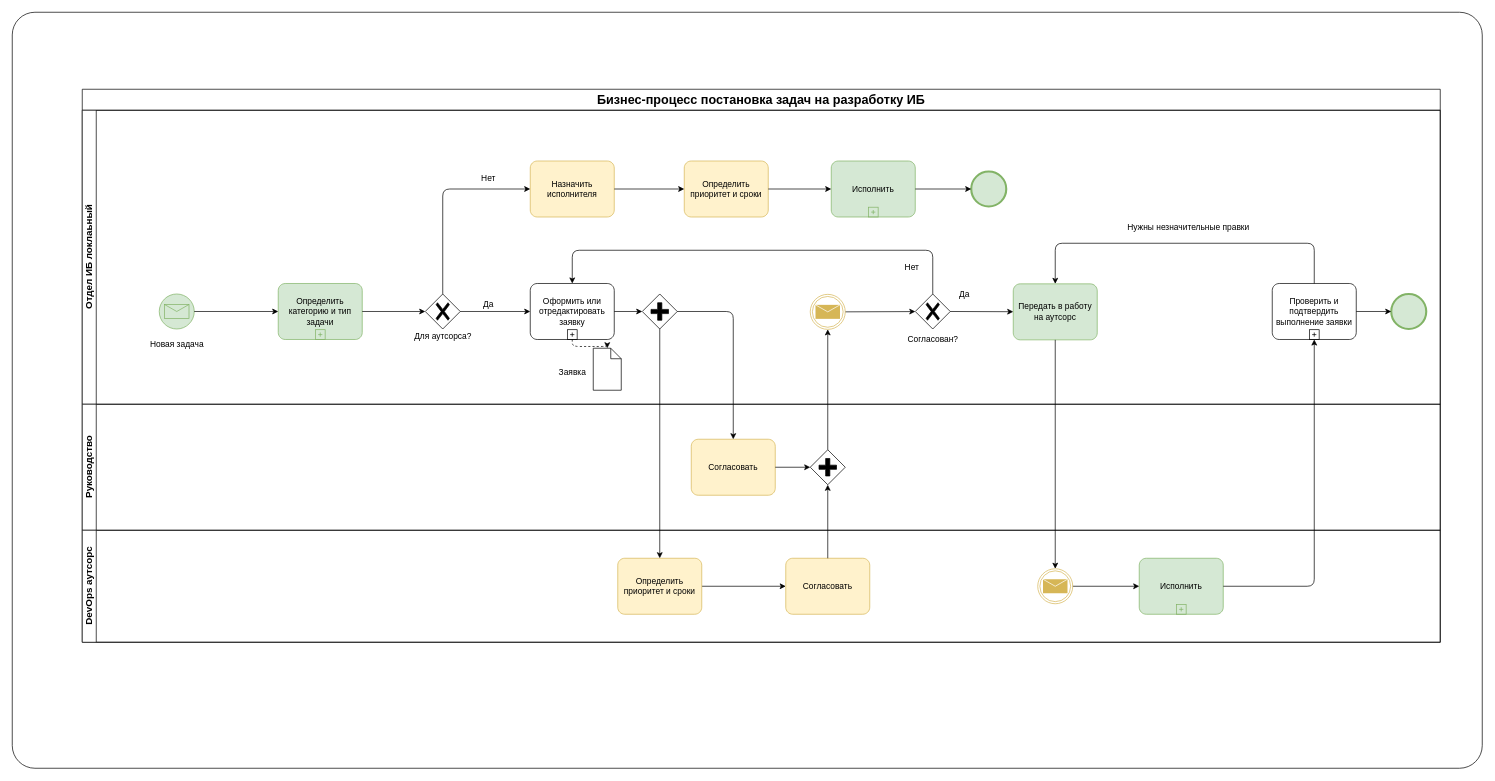
This is Рабочие примеры артефактов/BPMN бизнес-процессы поставновки задач в ИБ.drawio from Heritager-tech/Heritager-tech, a draw.io file, before an edit. Source tidied: cells renumbered, new cells numbered last; positions are measured from the earlier drawing's top-left corner, leaving out a move shared by most shapes. Both pictures are drawn from the tidied source at 70%, with x=0, y=0 at pixel (12, 12).
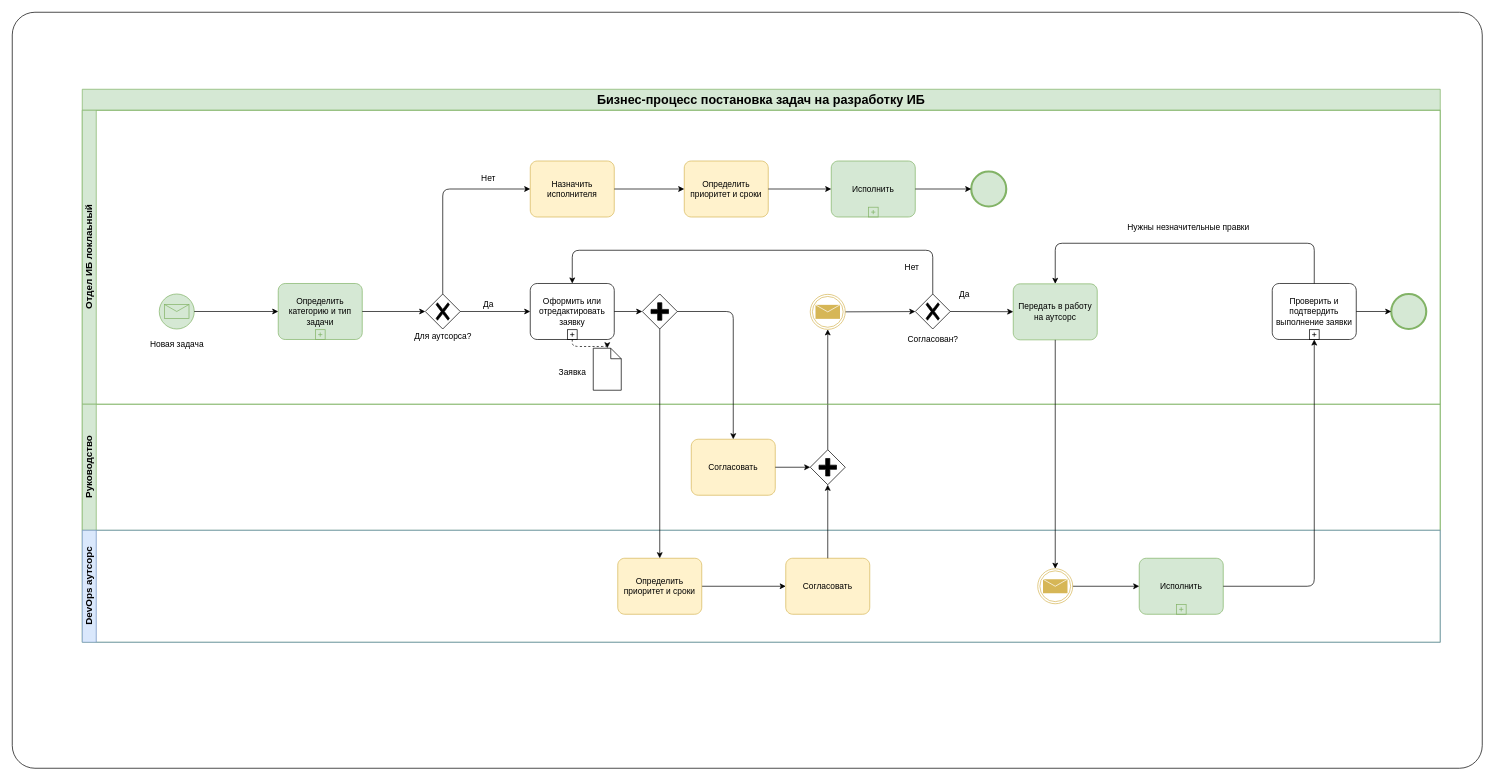
After the change.

What changed in the source:
```diff
@@
-    <mxCell id="3" value="&lt;font style=&quot;font-size: 18px;&quot;&gt;Бизнес-процесс постановка задач на разработку ИБ&lt;/font&gt;" style="swimlane;html=1;horizontal=1;startSize=30;whiteSpace=wrap;fillStyle=auto;gradientColor=none;" parent="1" vertex="1">
+    <mxCell id="3" value="&lt;font style=&quot;font-size: 18px;&quot;&gt;Бизнес-процесс постановка задач на разработку ИБ&lt;/font&gt;" style="swimlane;html=1;horizontal=1;startSize=30;whiteSpace=wrap;fillStyle=auto;fillColor=#d5e8d4;strokeColor=#82b366;" parent="1" vertex="1">
       <mxGeometry x="100" y="110" width="1940" height="790" as="geometry" />
     </mxCell>
-    <mxCell id="4" value="&lt;font style=&quot;font-size: 14px;&quot;&gt;Отдел ИБ локлаьный&lt;/font&gt;" style="swimlane;html=1;startSize=20;horizontal=0;" parent="3" vertex="1">
+    <mxCell id="4" value="&lt;font style=&quot;font-size: 14px;&quot;&gt;Отдел ИБ локлаьный&lt;/font&gt;" style="swimlane;html=1;startSize=20;horizontal=0;fillColor=#d5e8d4;strokeColor=#82b366;" parent="3" vertex="1">
       <mxGeometry y="30" width="1940" height="420" as="geometry" />
     </mxCell>
@@
-    <mxCell id="42" value="&lt;font style=&quot;font-size: 14px;&quot;&gt;Руководство&lt;/font&gt;" style="swimlane;html=1;startSize=20;horizontal=0;" parent="3" vertex="1">
+    <mxCell id="42" value="&lt;font style=&quot;font-size: 14px;&quot;&gt;Руководство&lt;/font&gt;" style="swimlane;html=1;startSize=20;horizontal=0;fillColor=#d5e8d4;strokeColor=#82b366;" parent="3" vertex="1">
       <mxGeometry y="450" width="1940" height="180" as="geometry" />
     </mxCell>
@@
-    <mxCell id="46" value="&lt;font style=&quot;font-size: 14px;&quot;&gt;DevOps аутсорс&lt;/font&gt;" style="swimlane;html=1;startSize=20;horizontal=0;" parent="3" vertex="1">
+    <mxCell id="46" value="&lt;font style=&quot;font-size: 14px;&quot;&gt;DevOps аутсорс&lt;/font&gt;" style="swimlane;html=1;startSize=20;horizontal=0;fillColor=#dae8fc;strokeColor=#6c8ebf;" parent="3" vertex="1">
       <mxGeometry y="630" width="1940" height="160" as="geometry" />
     </mxCell>
```
